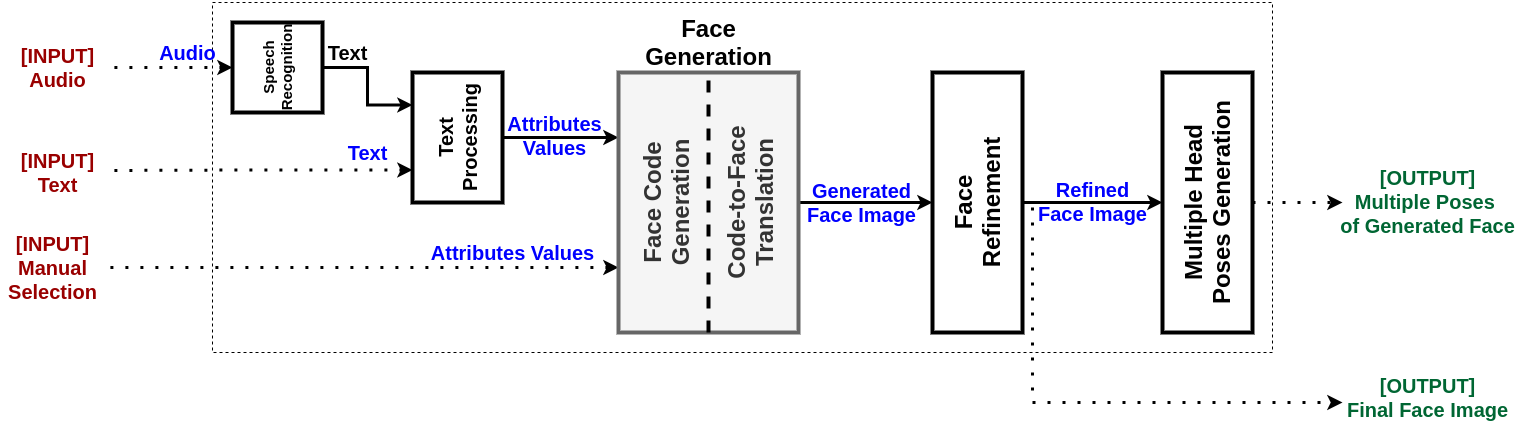
Above: assets/system-design.png in DarkGeekMS/Retratista (draw.io), before the change. Source tidied: cells renumbered, new cells last; positions are measured from the earlier drawing's top-left corner, leaving out a move shared by most shapes.
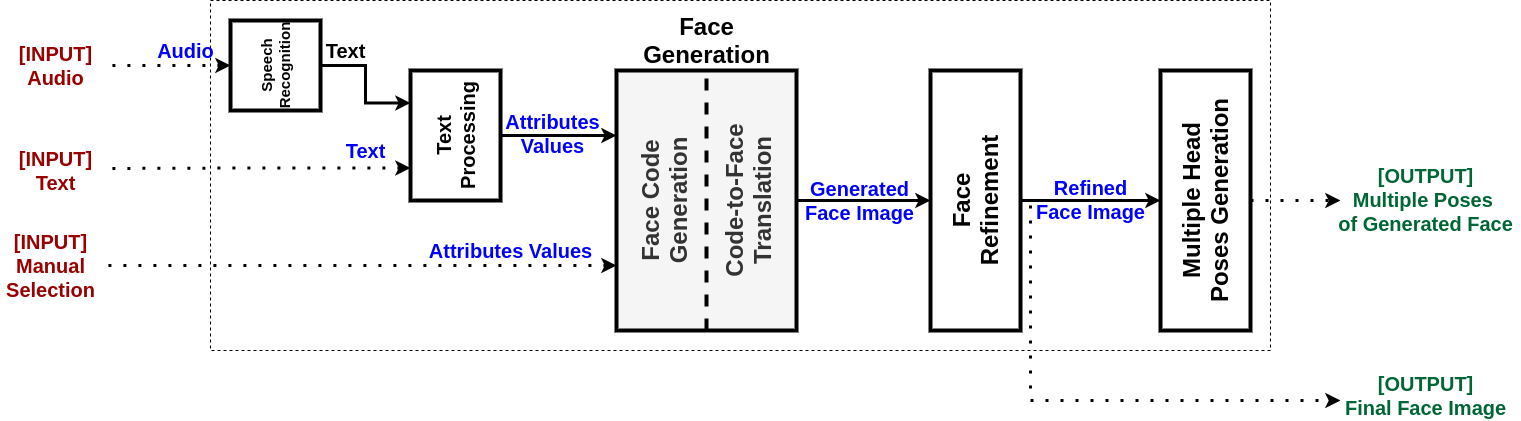
Later version of the same file.

Diff of the diagram source:
```diff
@@ -99,7 +99,7 @@
     <mxCell id="28" value="&lt;font color=&quot;#ffffff&quot; size=&quot;1&quot;&gt;&lt;b style=&quot;font-size: 24px&quot;&gt;Face Generation&lt;/b&gt;&lt;/font&gt;" style="text;html=1;align=center;verticalAlign=middle;fontSize=20;fontColor=#331A00;" parent="1" vertex="1">
       <mxGeometry x="596" y="83" width="200" height="30" as="geometry" />
     </mxCell>
-    <mxCell id="29" value="&lt;span style=&quot;font-size: 24px&quot;&gt;&lt;b style=&quot;font-size: 24px&quot;&gt;Face Code&lt;br&gt;Generation&lt;br&gt;&lt;br&gt;Code-to-Face&lt;br&gt;Translation&lt;br style=&quot;font-size: 24px&quot;&gt;&lt;/b&gt;&lt;/span&gt;" style="rounded=0;whiteSpace=wrap;html=1;strokeWidth=4;fontSize=24;horizontal=0;align=center;fillColor=#f5f5f5;strokeColor=#666666;fontColor=#333333;" parent="1" vertex="1">
+    <mxCell id="29" value="&lt;span style=&quot;font-size: 24px&quot;&gt;&lt;b style=&quot;font-size: 24px&quot;&gt;Face Code&lt;br&gt;Generation&lt;br&gt;&lt;br&gt;Code-to-Face&lt;br&gt;Translation&lt;br style=&quot;font-size: 24px&quot;&gt;&lt;/b&gt;&lt;/span&gt;" style="rounded=0;whiteSpace=wrap;html=1;strokeWidth=4;fontSize=24;horizontal=0;align=center;fillColor=#f5f5f5;fontColor=#333333;" parent="1" vertex="1">
       <mxGeometry x="616" y="70" width="180" height="260" as="geometry" />
     </mxCell>
     <mxCell id="30" value="&lt;b&gt;&lt;font style=&quot;font-size: 24px&quot;&gt;Face&lt;br&gt;Generation&lt;/font&gt;&lt;/b&gt;" style="text;html=1;align=center;verticalAlign=middle;" parent="1" vertex="1">
```
